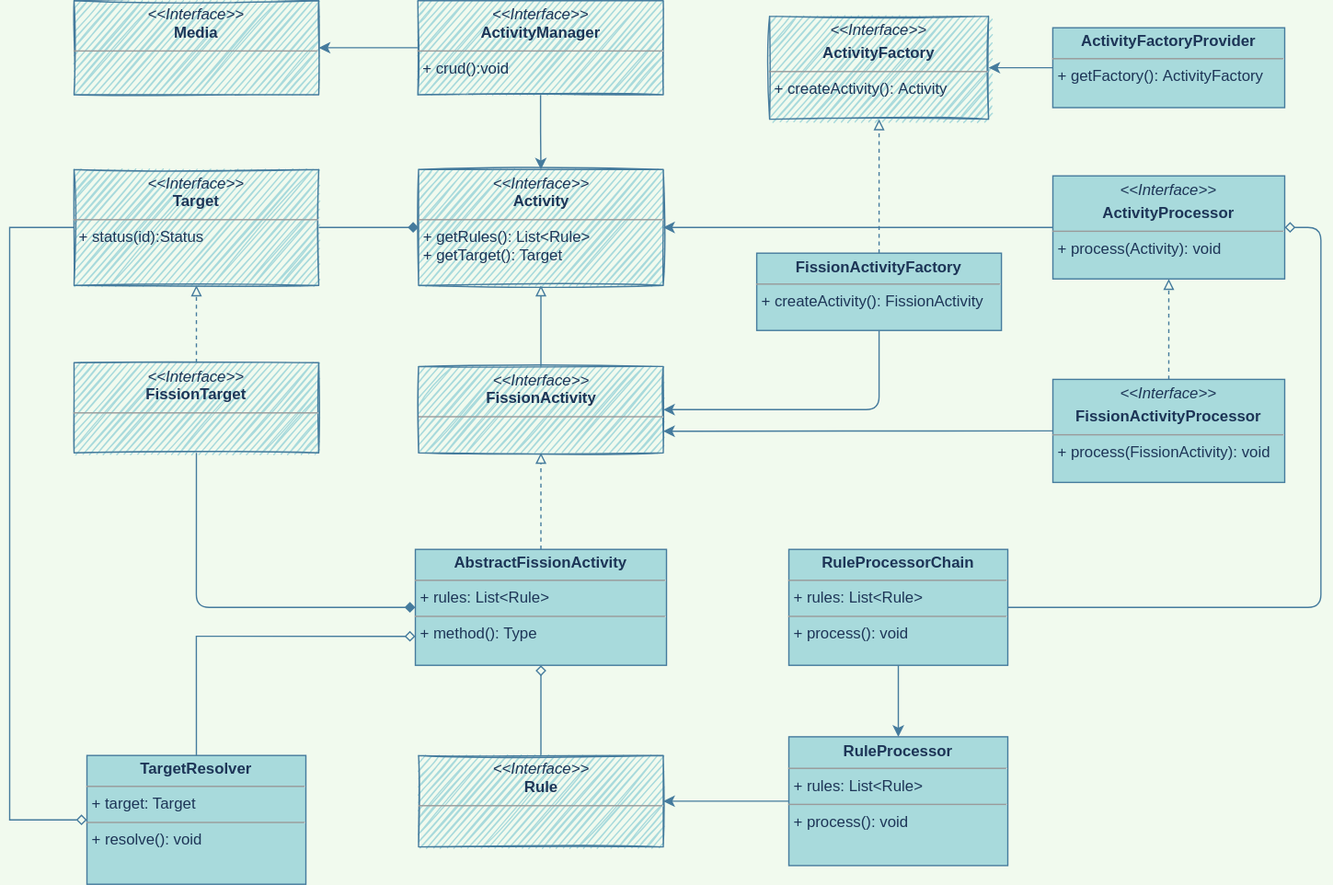
jingwux/diagrams keeps this draw.io diagram as fission activity.svg. Above is the earlier version. Source tidied: cells renumbered, new cells last; positions are measured from the earlier drawing's top-left corner, leaving out a move shared by most shapes.
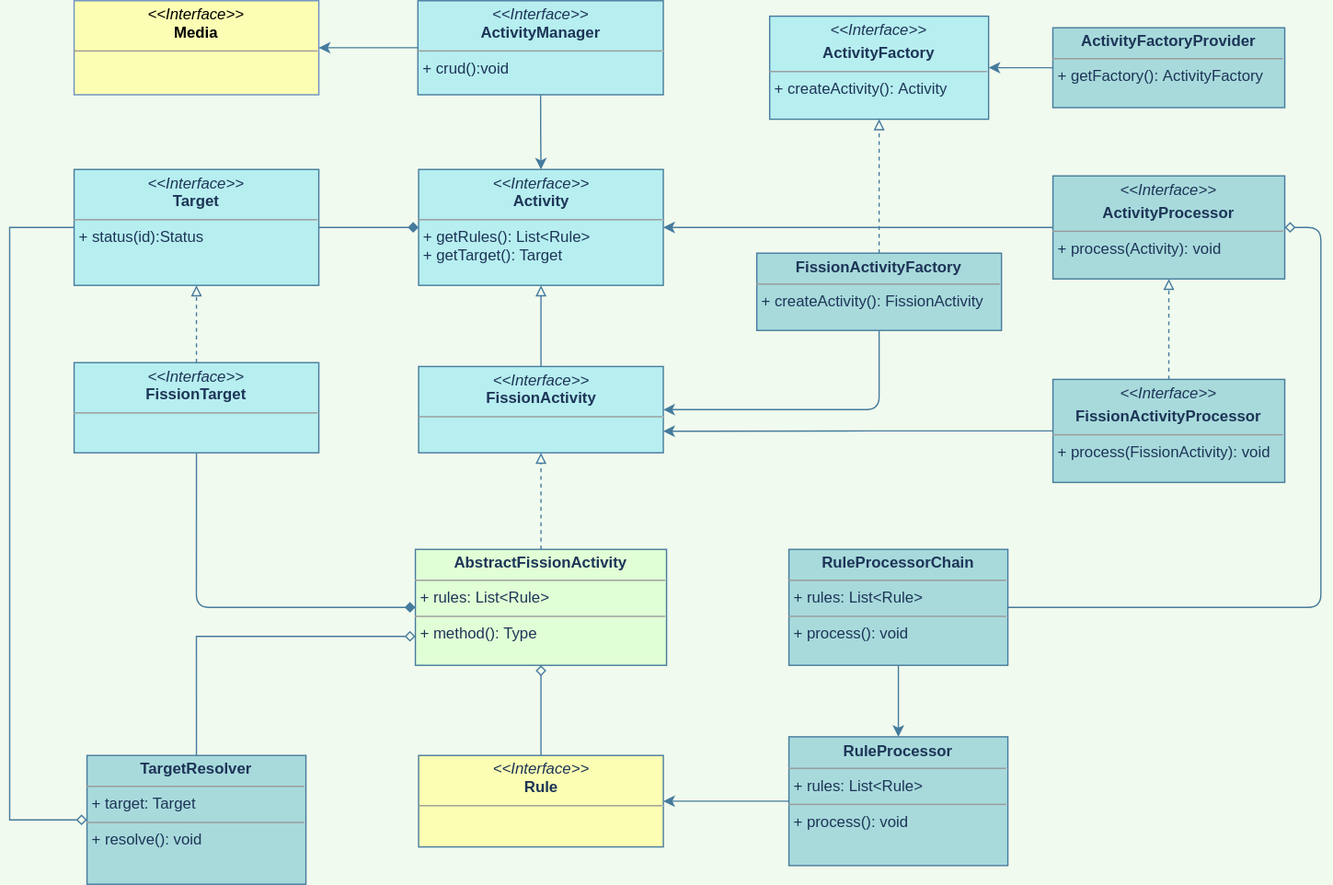
Above is the later version.

The edit, as a diff of the source:
```diff
@@ -5,13 +5,13 @@
     <mxCell id="2" style="edgeStyle=orthogonalEdgeStyle;jettySize=auto;html=1;exitX=0.5;exitY=0;exitDx=0;exitDy=0;entryX=0.5;entryY=1;entryDx=0;entryDy=0;endArrow=block;endFill=0;strokeColor=#457B9D;fontColor=#1D3557;labelBackgroundColor=#F1FAEE;" parent="1" edge="1" source="3" target="5">
       <mxGeometry relative="1" as="geometry" />
     </mxCell>
-    <mxCell id="3" value="&lt;p style=&quot;margin: 0px ; margin-top: 4px ; text-align: center&quot;&gt;&lt;i&gt;&amp;lt;&amp;lt;Interface&amp;gt;&amp;gt;&lt;/i&gt;&lt;br&gt;&lt;b&gt;FissionActivity&lt;/b&gt;&lt;/p&gt;&lt;hr size=&quot;1&quot;&gt;&lt;p style=&quot;margin: 0px ; margin-left: 4px&quot;&gt;&lt;/p&gt;&lt;p style=&quot;margin: 0px ; margin-left: 4px&quot;&gt;&lt;br&gt;&lt;/p&gt;" style="verticalAlign=top;align=left;overflow=fill;fontSize=12;fontFamily=Helvetica;html=1;strokeColor=#457B9D;fontColor=#1D3557;rounded=0;glass=0;sketch=1;fillColor=#A8DADC;" parent="1" vertex="1">
+    <mxCell id="3" value="&lt;p style=&quot;margin: 0px ; margin-top: 4px ; text-align: center&quot;&gt;&lt;i&gt;&amp;lt;&amp;lt;Interface&amp;gt;&amp;gt;&lt;/i&gt;&lt;br&gt;&lt;b&gt;FissionActivity&lt;/b&gt;&lt;/p&gt;&lt;hr size=&quot;1&quot;&gt;&lt;p style=&quot;margin: 0px ; margin-left: 4px&quot;&gt;&lt;/p&gt;&lt;p style=&quot;margin: 0px ; margin-left: 4px&quot;&gt;&lt;br&gt;&lt;/p&gt;" style="verticalAlign=top;align=left;overflow=fill;fontSize=12;fontFamily=Helvetica;html=1;strokeColor=#457B9D;fontColor=#1D3557;rounded=0;glass=0;sketch=0;fillColor=#B7EEF0;" parent="1" vertex="1">
       <mxGeometry x="317.5" y="284" width="190" height="67" as="geometry" />
     </mxCell>
     <mxCell id="4" style="edgeStyle=orthogonalEdgeStyle;rounded=1;jettySize=auto;html=1;endArrow=none;endFill=0;strokeColor=#457B9D;fontColor=#1D3557;startArrow=diamond;startFill=1;exitX=0;exitY=0.5;exitDx=0;exitDy=0;labelBackgroundColor=#F1FAEE;entryX=1;entryY=0.5;entryDx=0;entryDy=0;" parent="1" edge="1" source="5" target="17">
       <mxGeometry relative="1" as="geometry" />
     </mxCell>
-    <mxCell id="5" value="&lt;p style=&quot;margin: 0px ; margin-top: 4px ; text-align: center&quot;&gt;&lt;i&gt;&amp;lt;&amp;lt;Interface&amp;gt;&amp;gt;&lt;/i&gt;&lt;br&gt;&lt;b&gt;Activity&lt;/b&gt;&lt;/p&gt;&lt;hr size=&quot;1&quot;&gt;&amp;nbsp;+ getRules(): List&amp;lt;Rule&amp;gt;&lt;br&gt;&amp;nbsp;+ getTarget(): Target&amp;nbsp;&lt;br&gt;&lt;p style=&quot;margin: 0px ; margin-left: 4px&quot;&gt;&lt;/p&gt;&lt;p style=&quot;margin: 0px ; margin-left: 4px&quot;&gt;&lt;/p&gt;" style="verticalAlign=top;align=left;overflow=fill;fontSize=12;fontFamily=Helvetica;html=1;fillColor=#A8DADC;strokeColor=#457B9D;fontColor=#1D3557;sketch=1;" parent="1" vertex="1">
+    <mxCell id="5" value="&lt;p style=&quot;margin: 0px ; margin-top: 4px ; text-align: center&quot;&gt;&lt;i&gt;&amp;lt;&amp;lt;Interface&amp;gt;&amp;gt;&lt;/i&gt;&lt;br&gt;&lt;b&gt;Activity&lt;/b&gt;&lt;/p&gt;&lt;hr size=&quot;1&quot;&gt;&amp;nbsp;+ getRules(): List&amp;lt;Rule&amp;gt;&lt;br&gt;&amp;nbsp;+ getTarget(): Target&amp;nbsp;&lt;br&gt;&lt;p style=&quot;margin: 0px ; margin-left: 4px&quot;&gt;&lt;/p&gt;&lt;p style=&quot;margin: 0px ; margin-left: 4px&quot;&gt;&lt;/p&gt;" style="verticalAlign=top;align=left;overflow=fill;fontSize=12;fontFamily=Helvetica;html=1;strokeColor=#457B9D;fontColor=#1D3557;sketch=0;fillColor=#B7EEF0;" parent="1" vertex="1">
       <mxGeometry x="317.5" y="131" width="190" height="90" as="geometry" />
     </mxCell>
     <mxCell id="6" style="edgeStyle=orthogonalEdgeStyle;jettySize=auto;html=1;exitX=0.5;exitY=0;exitDx=0;exitDy=0;endArrow=block;endFill=0;dashed=1;strokeColor=#457B9D;fontColor=#1D3557;labelBackgroundColor=#F1FAEE;" parent="1" edge="1" source="11" target="3">
@@ -38,13 +38,13 @@
     <mxCell id="10" style="edgeStyle=orthogonalEdgeStyle;rounded=0;jettySize=auto;html=1;exitX=0;exitY=0.75;exitDx=0;exitDy=0;entryX=0.5;entryY=0;entryDx=0;entryDy=0;startArrow=diamond;startFill=0;endArrow=none;endFill=0;strokeColor=#457B9D;fontColor=#1D3557;labelBackgroundColor=#F1FAEE;" parent="1" edge="1" source="11" target="25">
       <mxGeometry relative="1" as="geometry" />
     </mxCell>
-    <mxCell id="11" value="&lt;p style=&quot;margin: 0px ; margin-top: 4px ; text-align: center&quot;&gt;&lt;b&gt;AbstractFissionActivity&lt;/b&gt;&lt;/p&gt;&lt;hr size=&quot;1&quot;&gt;&lt;p style=&quot;margin: 0px ; margin-left: 4px&quot;&gt;+ rules: List&amp;lt;Rule&amp;gt;&lt;/p&gt;&lt;hr size=&quot;1&quot;&gt;&lt;p style=&quot;margin: 0px ; margin-left: 4px&quot;&gt;+ method(): Type&lt;/p&gt;" style="verticalAlign=top;align=left;overflow=fill;fontSize=12;fontFamily=Helvetica;html=1;fillColor=#A8DADC;strokeColor=#457B9D;fontColor=#1D3557;" parent="1" vertex="1">
+    <mxCell id="11" value="&lt;p style=&quot;margin: 0px ; margin-top: 4px ; text-align: center&quot;&gt;&lt;b&gt;AbstractFissionActivity&lt;/b&gt;&lt;/p&gt;&lt;hr size=&quot;1&quot;&gt;&lt;p style=&quot;margin: 0px ; margin-left: 4px&quot;&gt;+ rules: List&amp;lt;Rule&amp;gt;&lt;/p&gt;&lt;hr size=&quot;1&quot;&gt;&lt;p style=&quot;margin: 0px ; margin-left: 4px&quot;&gt;+ method(): Type&lt;/p&gt;" style="verticalAlign=top;align=left;overflow=fill;fontSize=12;fontFamily=Helvetica;html=1;strokeColor=#457B9D;fontColor=#1D3557;fillColor=#E0FFD6;" parent="1" vertex="1">
       <mxGeometry x="315" y="426" width="195" height="90" as="geometry" />
     </mxCell>
     <mxCell id="12" style="edgeStyle=orthogonalEdgeStyle;rounded=1;jettySize=auto;html=1;exitX=0.5;exitY=0;exitDx=0;exitDy=0;strokeColor=#457B9D;fontColor=#1D3557;labelBackgroundColor=#F1FAEE;dashed=1;endArrow=block;endFill=0;" parent="1" edge="1" source="13" target="17">
       <mxGeometry relative="1" as="geometry" />
     </mxCell>
-    <mxCell id="13" value="&lt;p style=&quot;margin: 0px ; margin-top: 4px ; text-align: center&quot;&gt;&lt;i&gt;&amp;lt;&amp;lt;Interface&amp;gt;&amp;gt;&lt;/i&gt;&lt;br&gt;&lt;b&gt;FissionTarget&lt;/b&gt;&lt;/p&gt;&lt;hr size=&quot;1&quot;&gt;&lt;p style=&quot;margin: 0px ; margin-left: 4px&quot;&gt;&lt;/p&gt;&lt;p style=&quot;margin: 0px ; margin-left: 4px&quot;&gt;&lt;br&gt;&lt;/p&gt;" style="verticalAlign=top;align=left;overflow=fill;fontSize=12;fontFamily=Helvetica;html=1;strokeColor=#457B9D;fontColor=#1D3557;rounded=0;glass=0;sketch=1;fillColor=#A8DADC;" parent="1" vertex="1">
+    <mxCell id="13" value="&lt;p style=&quot;margin: 0px ; margin-top: 4px ; text-align: center&quot;&gt;&lt;i&gt;&amp;lt;&amp;lt;Interface&amp;gt;&amp;gt;&lt;/i&gt;&lt;br&gt;&lt;b&gt;FissionTarget&lt;/b&gt;&lt;/p&gt;&lt;hr size=&quot;1&quot;&gt;&lt;p style=&quot;margin: 0px ; margin-left: 4px&quot;&gt;&lt;/p&gt;&lt;p style=&quot;margin: 0px ; margin-left: 4px&quot;&gt;&lt;br&gt;&lt;/p&gt;" style="verticalAlign=top;align=left;overflow=fill;fontSize=12;fontFamily=Helvetica;html=1;strokeColor=#457B9D;fontColor=#1D3557;rounded=0;glass=0;sketch=0;fillColor=#B7EEF0;" parent="1" vertex="1">
       <mxGeometry x="50" y="281" width="190" height="70" as="geometry" />
     </mxCell>
     <mxCell id="14" style="edgeStyle=orthogonalEdgeStyle;rounded=1;jettySize=auto;html=1;entryX=1;entryY=0.5;entryDx=0;entryDy=0;fontColor=#1D3557;startArrow=none;startFill=0;endArrow=classic;endFill=1;strokeColor=#457B9D;labelBackgroundColor=#F1FAEE;exitX=0.5;exitY=1;exitDx=0;exitDy=0;" parent="1" edge="1" source="16" target="3">
@@ -60,10 +60,10 @@
     <mxCell id="16" value="&lt;p style=&quot;margin: 0px ; margin-top: 4px ; text-align: center&quot;&gt;&lt;span style=&quot;font-weight: 700&quot;&gt;FissionActivityFactory&lt;/span&gt;&lt;br&gt;&lt;/p&gt;&lt;hr size=&quot;1&quot;&gt;&lt;p style=&quot;margin: 0px ; margin-left: 4px&quot;&gt;&lt;/p&gt;&lt;p style=&quot;margin: 0px ; margin-left: 4px&quot;&gt;+ createActivity():&amp;nbsp;&lt;span&gt;FissionActivity&lt;/span&gt;&lt;/p&gt;&lt;p style=&quot;margin: 0px ; margin-left: 4px&quot;&gt;&lt;br&gt;&lt;/p&gt;" style="verticalAlign=top;align=left;overflow=fill;fontSize=12;fontFamily=Helvetica;html=1;fillColor=#A8DADC;strokeColor=#457B9D;fontColor=#1D3557;sketch=0;" parent="1" vertex="1">
       <mxGeometry x="580.1" y="196" width="190" height="60" as="geometry" />
     </mxCell>
-    <mxCell id="17" value="&lt;p style=&quot;margin: 0px ; margin-top: 4px ; text-align: center&quot;&gt;&lt;i&gt;&amp;lt;&amp;lt;Interface&amp;gt;&amp;gt;&lt;/i&gt;&lt;br&gt;&lt;b&gt;Target&lt;/b&gt;&lt;/p&gt;&lt;hr size=&quot;1&quot;&gt;&lt;p style=&quot;margin: 0px ; margin-left: 4px&quot;&gt;&lt;/p&gt;&lt;p style=&quot;margin: 0px ; margin-left: 4px&quot;&gt;+ status(id):Status&lt;/p&gt;" style="verticalAlign=top;align=left;overflow=fill;fontSize=12;fontFamily=Helvetica;html=1;fontColor=#1D3557;rounded=0;glass=0;sketch=1;fillColor=#A8DADC;strokeColor=#457B9D;" parent="1" vertex="1">
+    <mxCell id="17" value="&lt;p style=&quot;margin: 0px ; margin-top: 4px ; text-align: center&quot;&gt;&lt;i&gt;&amp;lt;&amp;lt;Interface&amp;gt;&amp;gt;&lt;/i&gt;&lt;br&gt;&lt;b&gt;Target&lt;/b&gt;&lt;/p&gt;&lt;hr size=&quot;1&quot;&gt;&lt;p style=&quot;margin: 0px ; margin-left: 4px&quot;&gt;&lt;/p&gt;&lt;p style=&quot;margin: 0px ; margin-left: 4px&quot;&gt;+ status(id):Status&lt;/p&gt;" style="verticalAlign=top;align=left;overflow=fill;fontSize=12;fontFamily=Helvetica;html=1;fontColor=#1D3557;rounded=0;glass=0;sketch=0;strokeColor=#457B9D;fillColor=#B7EEF0;" parent="1" vertex="1">
       <mxGeometry x="50" y="131" width="190" height="90" as="geometry" />
     </mxCell>
-    <mxCell id="18" value="&lt;p style=&quot;margin: 0px ; margin-top: 4px ; text-align: center&quot;&gt;&lt;i&gt;&amp;lt;&amp;lt;Interface&amp;gt;&amp;gt;&lt;/i&gt;&lt;br&gt;&lt;b&gt;Rule&lt;/b&gt;&lt;/p&gt;&lt;hr size=&quot;1&quot;&gt;&lt;p style=&quot;margin: 0px ; margin-left: 4px&quot;&gt;&lt;/p&gt;&lt;p style=&quot;margin: 0px ; margin-left: 4px&quot;&gt;&lt;br&gt;&lt;/p&gt;" style="verticalAlign=top;align=left;overflow=fill;fontSize=12;fontFamily=Helvetica;html=1;strokeColor=#457B9D;fontColor=#1D3557;rounded=0;glass=0;sketch=1;fillColor=#A8DADC;" parent="1" vertex="1">
+    <mxCell id="18" value="&lt;p style=&quot;margin: 0px ; margin-top: 4px ; text-align: center&quot;&gt;&lt;i&gt;&amp;lt;&amp;lt;Interface&amp;gt;&amp;gt;&lt;/i&gt;&lt;br&gt;&lt;b&gt;Rule&lt;/b&gt;&lt;/p&gt;&lt;hr size=&quot;1&quot;&gt;&lt;p style=&quot;margin: 0px ; margin-left: 4px&quot;&gt;&lt;/p&gt;&lt;p style=&quot;margin: 0px ; margin-left: 4px&quot;&gt;&lt;br&gt;&lt;/p&gt;" style="verticalAlign=top;align=left;overflow=fill;fontSize=12;fontFamily=Helvetica;html=1;strokeColor=#457B9D;fontColor=#1D3557;rounded=0;glass=0;sketch=0;fillColor=#FCFFB3;" parent="1" vertex="1">
       <mxGeometry x="317.5" y="586" width="190" height="71" as="geometry" />
     </mxCell>
     <mxCell id="19" style="edgeStyle=orthogonalEdgeStyle;rounded=0;jettySize=auto;html=1;exitX=0.5;exitY=1;exitDx=0;exitDy=0;strokeColor=#457B9D;fontColor=#1D3557;labelBackgroundColor=#F1FAEE;" parent="1" edge="1" source="20" target="23">
@@ -72,7 +72,7 @@
     <mxCell id="20" value="&lt;p style=&quot;margin: 0px ; margin-top: 4px ; text-align: center&quot;&gt;&lt;b&gt;RuleProcessorChain&lt;/b&gt;&lt;/p&gt;&lt;hr size=&quot;1&quot;&gt;&lt;p style=&quot;margin: 0px ; margin-left: 4px&quot;&gt;+ rules: List&amp;lt;Rule&amp;gt;&lt;/p&gt;&lt;hr size=&quot;1&quot;&gt;&lt;p style=&quot;margin: 0px ; margin-left: 4px&quot;&gt;+ process(): void&lt;/p&gt;" style="verticalAlign=top;align=left;overflow=fill;fontSize=12;fontFamily=Helvetica;html=1;rounded=0;fontColor=#1D3557;strokeColor=#457B9D;fillColor=#A8DADC;" parent="1" vertex="1">
       <mxGeometry x="605" y="426" width="170" height="90" as="geometry" />
     </mxCell>
-    <mxCell id="21" value="&lt;p style=&quot;margin: 0px ; margin-top: 4px ; text-align: center&quot;&gt;&lt;i&gt;&amp;lt;&amp;lt;Interface&amp;gt;&amp;gt;&lt;/i&gt;&lt;br&gt;&lt;b&gt;Media&lt;/b&gt;&lt;/p&gt;&lt;hr size=&quot;1&quot;&gt;&lt;p style=&quot;margin: 0px ; margin-left: 4px&quot;&gt;&lt;/p&gt;&lt;p style=&quot;margin: 0px ; margin-left: 4px&quot;&gt;&lt;br&gt;&lt;/p&gt;" style="verticalAlign=top;align=left;overflow=fill;fontSize=12;fontFamily=Helvetica;html=1;fillColor=#A8DADC;strokeColor=#457B9D;fontColor=#1D3557;sketch=1;" parent="1" vertex="1">
+    <mxCell id="21" value="&lt;p style=&quot;margin: 0px ; margin-top: 4px ; text-align: center&quot;&gt;&lt;i&gt;&amp;lt;&amp;lt;Interface&amp;gt;&amp;gt;&lt;/i&gt;&lt;br&gt;&lt;b&gt;Media&lt;/b&gt;&lt;/p&gt;&lt;hr size=&quot;1&quot;&gt;&lt;p style=&quot;margin: 0px ; margin-left: 4px&quot;&gt;&lt;/p&gt;&lt;p style=&quot;margin: 0px ; margin-left: 4px&quot;&gt;&lt;br&gt;&lt;/p&gt;" style="verticalAlign=top;align=left;overflow=fill;fontSize=12;fontFamily=Helvetica;html=1;strokeColor=#6c8ebf;sketch=0;fillColor=#FCFFB3;" parent="1" vertex="1">
       <mxGeometry x="50" width="190" height="73" as="geometry" />
     </mxCell>
     <mxCell id="22" style="edgeStyle=orthogonalEdgeStyle;rounded=0;jettySize=auto;html=1;exitX=0;exitY=0.5;exitDx=0;exitDy=0;fontColor=#1D3557;labelBackgroundColor=#F1FAEE;strokeColor=#457B9D;" parent="1" edge="1" source="23" target="18">
@@ -98,7 +98,7 @@
     <mxCell id="27" value="&lt;p style=&quot;margin: 0px ; margin-top: 4px ; text-align: center&quot;&gt;&lt;i&gt;&amp;lt;&amp;lt;Interface&amp;gt;&amp;gt;&lt;/i&gt;&lt;span style=&quot;font-weight: 700&quot;&gt;&lt;br&gt;&lt;/span&gt;&lt;/p&gt;&lt;p style=&quot;margin: 0px ; margin-top: 4px ; text-align: center&quot;&gt;&lt;span style=&quot;font-weight: 700&quot;&gt;ActivityProcessor&lt;/span&gt;&lt;br&gt;&lt;/p&gt;&lt;hr size=&quot;1&quot;&gt;&lt;p style=&quot;margin: 0px ; margin-left: 4px&quot;&gt;&lt;/p&gt;&lt;p style=&quot;margin: 0px ; margin-left: 4px&quot;&gt;+ process(&lt;span&gt;Activity&lt;/span&gt;&lt;span&gt;): void&lt;/span&gt;&lt;/p&gt;" style="verticalAlign=top;align=left;overflow=fill;fontSize=12;fontFamily=Helvetica;html=1;fillColor=#A8DADC;strokeColor=#457B9D;fontColor=#1D3557;" parent="1" vertex="1">
       <mxGeometry x="810" y="136" width="180" height="80" as="geometry" />
     </mxCell>
-    <mxCell id="28" value="&lt;p style=&quot;margin: 0px ; margin-top: 4px ; text-align: center&quot;&gt;&lt;i&gt;&amp;lt;&amp;lt;Interface&amp;gt;&amp;gt;&lt;/i&gt;&lt;span style=&quot;font-weight: 700&quot;&gt;&lt;br&gt;&lt;/span&gt;&lt;/p&gt;&lt;p style=&quot;margin: 0px ; margin-top: 4px ; text-align: center&quot;&gt;&lt;span style=&quot;font-weight: 700&quot;&gt;ActivityFactory&lt;/span&gt;&lt;br&gt;&lt;/p&gt;&lt;hr size=&quot;1&quot;&gt;&lt;p style=&quot;margin: 0px ; margin-left: 4px&quot;&gt;&lt;/p&gt;&lt;p style=&quot;margin: 0px ; margin-left: 4px&quot;&gt;+ createActivity():&amp;nbsp;&lt;span&gt;Activity&lt;/span&gt;&lt;/p&gt;&lt;p style=&quot;margin: 0px ; margin-left: 4px&quot;&gt;&lt;br&gt;&lt;/p&gt;" style="verticalAlign=top;align=left;overflow=fill;fontSize=12;fontFamily=Helvetica;html=1;fillColor=#A8DADC;strokeColor=#457B9D;fontColor=#1D3557;sketch=1;" parent="1" vertex="1">
+    <mxCell id="28" value="&lt;p style=&quot;margin: 0px ; margin-top: 4px ; text-align: center&quot;&gt;&lt;i&gt;&amp;lt;&amp;lt;Interface&amp;gt;&amp;gt;&lt;/i&gt;&lt;span style=&quot;font-weight: 700&quot;&gt;&lt;br&gt;&lt;/span&gt;&lt;/p&gt;&lt;p style=&quot;margin: 0px ; margin-top: 4px ; text-align: center&quot;&gt;&lt;span style=&quot;font-weight: 700&quot;&gt;ActivityFactory&lt;/span&gt;&lt;br&gt;&lt;/p&gt;&lt;hr size=&quot;1&quot;&gt;&lt;p style=&quot;margin: 0px ; margin-left: 4px&quot;&gt;&lt;/p&gt;&lt;p style=&quot;margin: 0px ; margin-left: 4px&quot;&gt;+ createActivity():&amp;nbsp;&lt;span&gt;Activity&lt;/span&gt;&lt;/p&gt;&lt;p style=&quot;margin: 0px ; margin-left: 4px&quot;&gt;&lt;br&gt;&lt;/p&gt;" style="verticalAlign=top;align=left;overflow=fill;fontSize=12;fontFamily=Helvetica;html=1;strokeColor=#457B9D;fontColor=#1D3557;sketch=0;fillColor=#B7EEF0;" parent="1" vertex="1">
       <mxGeometry x="590.1" y="12" width="170" height="80" as="geometry" />
     </mxCell>
     <mxCell id="29" style="edgeStyle=orthogonalEdgeStyle;curved=0;rounded=1;sketch=0;jettySize=auto;html=1;exitX=0;exitY=0.5;exitDx=0;exitDy=0;entryX=1;entryY=0.75;entryDx=0;entryDy=0;fontColor=#1D3557;strokeColor=#457B9D;fillColor=#A8DADC;" parent="1" edge="1" source="31" target="3">
@@ -114,7 +114,7 @@
       <mxGeometry relative="1" as="geometry" />
     </mxCell>
     <mxCell id="33" value="&lt;p style=&quot;margin: 0px ; margin-top: 4px ; text-align: center&quot;&gt;&lt;span style=&quot;font-weight: 700&quot;&gt;ActivityFactoryProvider&lt;/span&gt;&lt;br&gt;&lt;/p&gt;&lt;hr size=&quot;1&quot;&gt;&lt;p style=&quot;margin: 0px ; margin-left: 4px&quot;&gt;&lt;/p&gt;&lt;p style=&quot;margin: 0px ; margin-left: 4px&quot;&gt;+ getFactory():&amp;nbsp;&lt;span&gt;ActivityFactory&lt;/span&gt;&lt;/p&gt;" style="verticalAlign=top;align=left;overflow=fill;fontSize=12;fontFamily=Helvetica;html=1;fillColor=#A8DADC;strokeColor=#457B9D;fontColor=#1D3557;" parent="1" vertex="1">
-      <mxGeometry x="809.9" y="21" width="180.1" height="62" as="geometry" />
+      <mxGeometry x="810" y="21" width="180.1" height="62" as="geometry" />
     </mxCell>
     <mxCell id="34" style="edgeStyle=orthogonalEdgeStyle;rounded=0;jettySize=auto;html=1;exitX=0.5;exitY=1;exitDx=0;exitDy=0;entryX=0.5;entryY=0;entryDx=0;entryDy=0;endArrow=classic;endFill=1;strokeColor=#457B9D;" parent="1" edge="1" source="36" target="5">
       <mxGeometry relative="1" as="geometry" />
@@ -122,8 +122,8 @@
     <mxCell id="35" style="edgeStyle=orthogonalEdgeStyle;rounded=0;jettySize=auto;html=1;exitX=0;exitY=0.5;exitDx=0;exitDy=0;endArrow=classic;endFill=1;strokeColor=#457B9D;" parent="1" edge="1" source="36" target="21">
       <mxGeometry relative="1" as="geometry" />
     </mxCell>
-    <mxCell id="36" value="&lt;p style=&quot;margin: 0px ; margin-top: 4px ; text-align: center&quot;&gt;&lt;i&gt;&amp;lt;&amp;lt;Interface&amp;gt;&amp;gt;&lt;/i&gt;&lt;br&gt;&lt;b&gt;ActivityManager&lt;/b&gt;&lt;/p&gt;&lt;hr size=&quot;1&quot;&gt;&lt;p style=&quot;margin: 0px ; margin-left: 4px&quot;&gt;&lt;/p&gt;&lt;p style=&quot;margin: 0px ; margin-left: 4px&quot;&gt;+ crud():void&lt;/p&gt;" style="verticalAlign=top;align=left;overflow=fill;fontSize=12;fontFamily=Helvetica;html=1;fillColor=#A8DADC;strokeColor=#457B9D;fontColor=#1D3557;sketch=1;" parent="1" vertex="1">
-      <mxGeometry x="316.9" width="190.6" height="73" as="geometry" />
+    <mxCell id="36" value="&lt;p style=&quot;margin: 0px ; margin-top: 4px ; text-align: center&quot;&gt;&lt;i&gt;&amp;lt;&amp;lt;Interface&amp;gt;&amp;gt;&lt;/i&gt;&lt;br&gt;&lt;b&gt;ActivityManager&lt;/b&gt;&lt;/p&gt;&lt;hr size=&quot;1&quot;&gt;&lt;p style=&quot;margin: 0px ; margin-left: 4px&quot;&gt;&lt;/p&gt;&lt;p style=&quot;margin: 0px ; margin-left: 4px&quot;&gt;+ crud():void&lt;/p&gt;" style="verticalAlign=top;align=left;overflow=fill;fontSize=12;fontFamily=Helvetica;html=1;strokeColor=#457B9D;fontColor=#1D3557;sketch=0;fillColor=#B7EEF0;" parent="1" vertex="1">
+      <mxGeometry x="317" width="190.6" height="73" as="geometry" />
     </mxCell>
   </root>
 </mxGraphModel>
```
